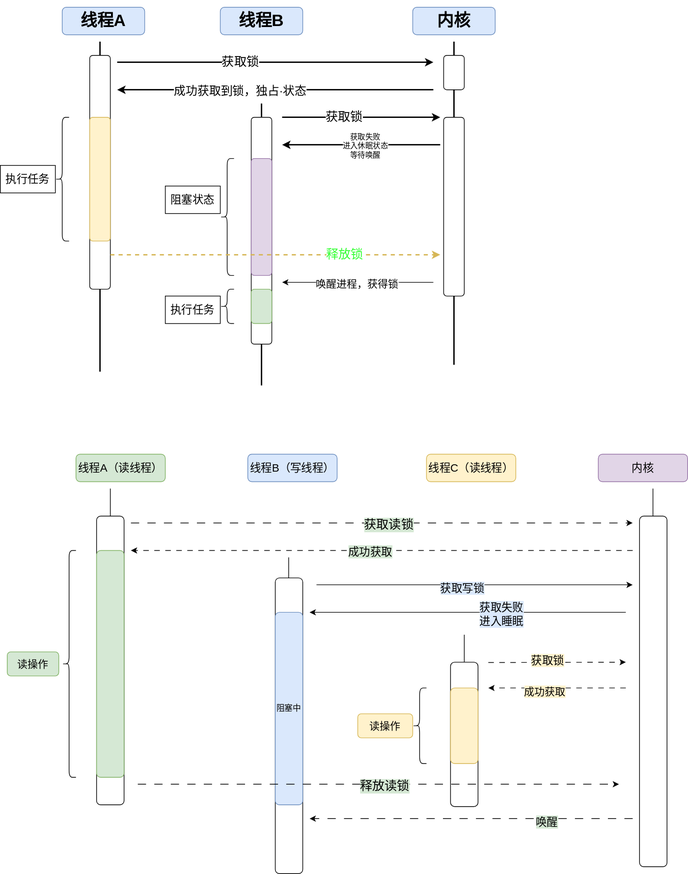
shenbeipiao/Reading-notes keeps this draw.io diagram as 互斥锁.svg. Above is the earlier version. Source tidied: cells renumbered, new cells last; positions are measured from the earlier drawing's top-left corner, leaving out a move shared by most shapes.
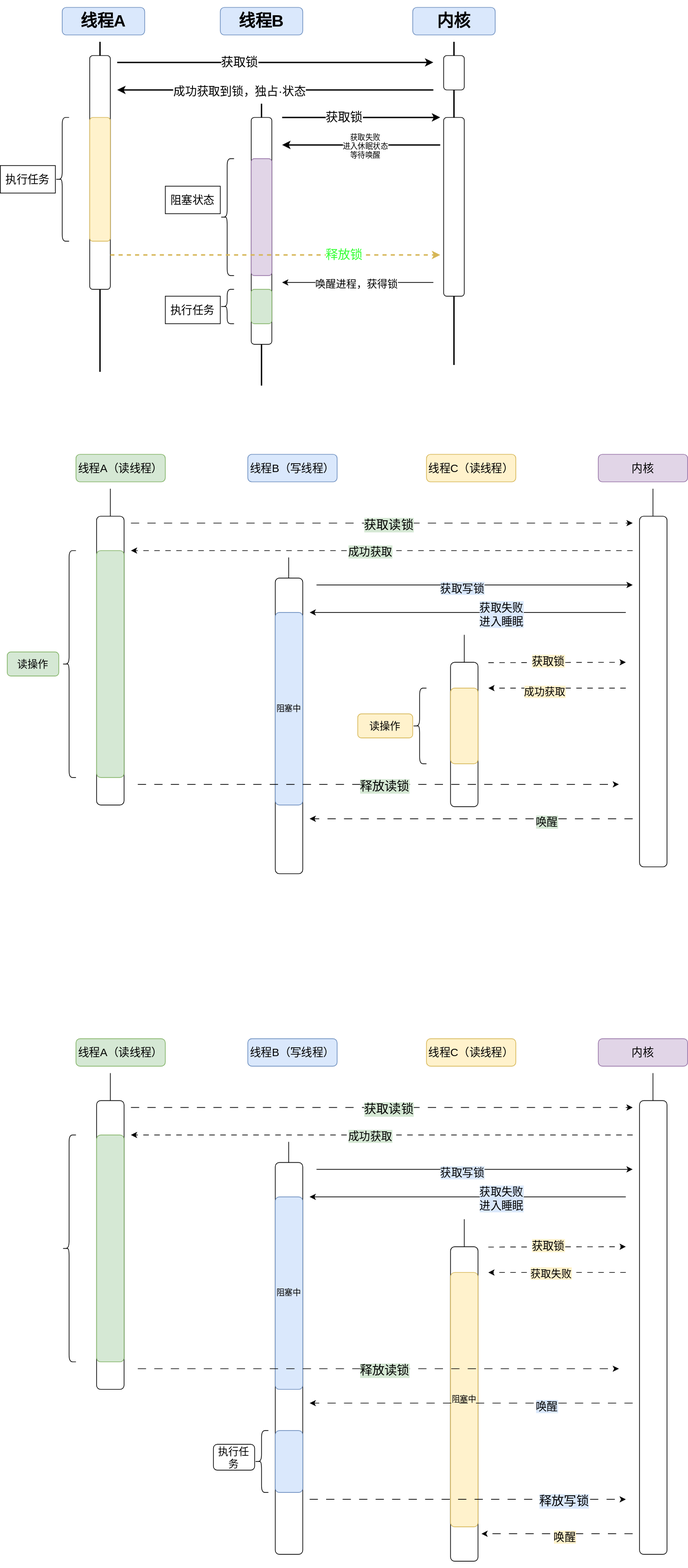
The same file after the commit.

Commit message:
更新互斥锁.svg

The edit, as a diff of the source:
```diff
@@ -276,5 +276,179 @@
     <mxCell id="73" value="&lt;font style=&quot;font-size: 16px;&quot;&gt;唤醒&lt;/font&gt;" style="edgeLabel;html=1;align=center;verticalAlign=middle;labelBackgroundColor=#d5e8d4;" parent="72" vertex="1">
       <mxGeometry x="-0.46" y="4" relative="1" as="geometry" />
     </mxCell>
+    <mxCell id="74" style="endArrow=none;html=1;rounded=0;" parent="1" edge="1">
+      <mxGeometry relative="1" as="geometry">
+        <mxPoint x="675" y="1802.5" as="sourcePoint" />
+        <mxPoint x="675" y="1762.5" as="targetPoint" />
+      </mxGeometry>
+    </mxCell>
+    <mxCell id="75" style="endArrow=none;html=1;rounded=0;" parent="1" edge="1">
+      <mxGeometry relative="1" as="geometry">
+        <mxPoint x="419.5" y="1690" as="sourcePoint" />
+        <mxPoint x="419.5" y="1650" as="targetPoint" />
+      </mxGeometry>
+    </mxCell>
+    <mxCell id="76" value="&lt;font style=&quot;font-size: 16px;&quot;&gt;线程A（读线程）&lt;/font&gt;" style="rounded=1;whiteSpace=wrap;html=1;fillColor=#d5e8d4;strokeColor=#82b366;" parent="1" vertex="1">
+      <mxGeometry x="110" y="1500" width="130" height="40" as="geometry" />
+    </mxCell>
+    <mxCell id="77" value="&lt;font style=&quot;font-size: 16px;&quot;&gt;线程B（写线程）&lt;/font&gt;" style="rounded=1;whiteSpace=wrap;html=1;fillColor=#dae8fc;strokeColor=#6c8ebf;" parent="1" vertex="1">
+      <mxGeometry x="360" y="1500" width="130" height="40" as="geometry" />
+    </mxCell>
+    <mxCell id="78" value="&lt;font style=&quot;font-size: 16px;&quot;&gt;线程C（读线程）&lt;/font&gt;" style="rounded=1;whiteSpace=wrap;html=1;fillColor=#fff2cc;strokeColor=#d6b656;" parent="1" vertex="1">
+      <mxGeometry x="620" y="1500" width="130" height="40" as="geometry" />
+    </mxCell>
+    <mxCell id="79" value="&lt;font style=&quot;font-size: 16px;&quot;&gt;内核&lt;/font&gt;" style="rounded=1;whiteSpace=wrap;html=1;fillColor=#e1d5e7;strokeColor=#9673a6;" parent="1" vertex="1">
+      <mxGeometry x="870" y="1500" width="130" height="40" as="geometry" />
+    </mxCell>
+    <mxCell id="80" style="rounded=1;whiteSpace=wrap;html=1;" parent="1" vertex="1">
+      <mxGeometry x="140" y="1590" width="40" height="420" as="geometry" />
+    </mxCell>
+    <mxCell id="81" style="endArrow=none;html=1;rounded=0;" parent="1" edge="1">
+      <mxGeometry relative="1" as="geometry">
+        <mxPoint x="160" y="1590" as="sourcePoint" />
+        <mxPoint x="160" y="1550" as="targetPoint" />
+      </mxGeometry>
+    </mxCell>
+    <mxCell id="82" style="rounded=1;whiteSpace=wrap;html=1;" parent="1" vertex="1">
+      <mxGeometry x="930" y="1590" width="40" height="660" as="geometry" />
+    </mxCell>
+    <mxCell id="83" style="endArrow=none;html=1;rounded=0;" parent="1" edge="1">
+      <mxGeometry relative="1" as="geometry">
+        <mxPoint x="949.5" y="1590" as="sourcePoint" />
+        <mxPoint x="949.5" y="1550" as="targetPoint" />
+      </mxGeometry>
+    </mxCell>
+    <mxCell id="84" style="endArrow=classic;html=1;rounded=0;dashed=1;dashPattern=12 12;" parent="1" edge="1">
+      <mxGeometry relative="1" as="geometry">
+        <mxPoint x="190" y="1600" as="sourcePoint" />
+        <mxPoint x="920" y="1600" as="targetPoint" />
+      </mxGeometry>
+    </mxCell>
+    <mxCell id="85" value="Text" style="edgeLabel;html=1;align=center;verticalAlign=middle;" parent="84" vertex="1">
+      <mxGeometry x="0.02" y="1" relative="1" as="geometry" />
+    </mxCell>
+    <mxCell id="86" value="获取读锁" style="edgeLabel;html=1;align=center;verticalAlign=middle;fontSize=18;labelBackgroundColor=#d5e8d4;" parent="84" vertex="1">
+      <mxGeometry x="0.02" y="-2" relative="1" as="geometry" />
+    </mxCell>
+    <mxCell id="87" style="endArrow=classic;html=1;rounded=0;dashed=1;dashPattern=8 8;" parent="1" edge="1">
+      <mxGeometry relative="1" as="geometry">
+        <mxPoint x="920" y="1640" as="sourcePoint" />
+        <mxPoint x="190" y="1640" as="targetPoint" />
+      </mxGeometry>
+    </mxCell>
+    <mxCell id="88" value="&lt;font style=&quot;font-size: 16px;&quot;&gt;成功获取&lt;/font&gt;" style="edgeLabel;html=1;align=center;verticalAlign=middle;labelBackgroundColor=#d5e8d4;" parent="87" vertex="1">
+      <mxGeometry x="0.05" y="1" relative="1" as="geometry" />
+    </mxCell>
+    <mxCell id="89" style="rounded=1;whiteSpace=wrap;html=1;" parent="1" vertex="1">
+      <mxGeometry x="400" y="1680" width="40" height="570" as="geometry" />
+    </mxCell>
+    <mxCell id="90" style="endArrow=classic;html=1;rounded=0;" parent="1" edge="1">
+      <mxGeometry relative="1" as="geometry">
+        <mxPoint x="460" y="1690" as="sourcePoint" />
+        <mxPoint x="920" y="1690" as="targetPoint" />
+      </mxGeometry>
+    </mxCell>
+    <mxCell id="91" value="&lt;font style=&quot;font-size: 16px;&quot;&gt;获取写锁&lt;/font&gt;" style="edgeLabel;html=1;align=center;verticalAlign=middle;labelBackgroundColor=#dae8fc;" parent="90" vertex="1">
+      <mxGeometry x="-0.08" y="-4" relative="1" as="geometry" />
+    </mxCell>
+    <mxCell id="92" style="endArrow=classic;html=1;rounded=0;" parent="1" edge="1">
+      <mxGeometry relative="1" as="geometry">
+        <mxPoint x="910" y="1730" as="sourcePoint" />
+        <mxPoint x="450" y="1730" as="targetPoint" />
+      </mxGeometry>
+    </mxCell>
+    <mxCell id="93" value="&lt;font style=&quot;font-size: 16px;&quot;&gt;获取失败&lt;br&gt;进入睡眠&lt;br&gt;&lt;/font&gt;" style="edgeLabel;html=1;align=center;verticalAlign=middle;labelBackgroundColor=#dae8fc;" parent="92" vertex="1">
+      <mxGeometry x="-0.21" y="2" relative="1" as="geometry" />
+    </mxCell>
+    <mxCell id="94" value="阻塞中" style="rounded=1;whiteSpace=wrap;html=1;fillColor=#dae8fc;strokeColor=#6c8ebf;" parent="1" vertex="1">
+      <mxGeometry x="400" y="1730" width="40" height="280" as="geometry" />
+    </mxCell>
+    <mxCell id="95" style="rounded=1;whiteSpace=wrap;html=1;" parent="1" vertex="1">
+      <mxGeometry x="655" y="1802.5" width="40" height="457.5" as="geometry" />
+    </mxCell>
+    <mxCell id="96" style="endArrow=classic;html=1;rounded=0;dashed=1;dashPattern=8 8;" parent="1" edge="1">
+      <mxGeometry relative="1" as="geometry">
+        <mxPoint x="710" y="1803" as="sourcePoint" />
+        <mxPoint x="910" y="1802.5" as="targetPoint" />
+      </mxGeometry>
+    </mxCell>
+    <mxCell id="97" value="&lt;font style=&quot;font-size: 16px;&quot;&gt;获取锁&lt;/font&gt;" style="edgeLabel;html=1;align=center;verticalAlign=middle;labelBackgroundColor=#fff2cc;" parent="96" vertex="1">
+      <mxGeometry x="-0.14" y="3" relative="1" as="geometry" />
+    </mxCell>
+    <mxCell id="98" style="endArrow=classic;html=1;rounded=0;dashed=1;dashPattern=8 8;" parent="1" edge="1">
+      <mxGeometry relative="1" as="geometry">
+        <mxPoint x="910" y="1840" as="sourcePoint" />
+        <mxPoint x="710" y="1840" as="targetPoint" />
+      </mxGeometry>
+    </mxCell>
+    <mxCell id="99" value="&lt;span style=&quot;font-size: 15px;&quot;&gt;获取失败&lt;/span&gt;" style="edgeLabel;html=1;align=center;verticalAlign=middle;labelBackgroundColor=#fff2cc;" parent="98" vertex="1">
+      <mxGeometry x="0.19" y="4" relative="1" as="geometry">
+        <mxPoint x="9" y="-4" as="offset" />
+      </mxGeometry>
+    </mxCell>
+    <mxCell id="100" value="阻塞中" style="rounded=1;whiteSpace=wrap;html=1;fillColor=#fff2cc;strokeColor=#d6b656;" parent="1" vertex="1">
+      <mxGeometry x="655" y="1840" width="40" height="370" as="geometry" />
+    </mxCell>
+    <mxCell id="101" style="rounded=1;whiteSpace=wrap;html=1;fillColor=#d5e8d4;strokeColor=#82b366;" parent="1" vertex="1">
+      <mxGeometry x="140" y="1640" width="40" height="330" as="geometry" />
+    </mxCell>
+    <mxCell id="102" style="shape=curlyBracket;whiteSpace=wrap;html=1;rounded=1;labelPosition=left;verticalLabelPosition=middle;align=right;verticalAlign=middle;" parent="1" vertex="1">
+      <mxGeometry x="90" y="1640" width="20" height="330" as="geometry" />
+    </mxCell>
+    <mxCell id="103" style="endArrow=classic;html=1;rounded=0;dashed=1;dashPattern=12 12;" parent="1" edge="1">
+      <mxGeometry relative="1" as="geometry">
+        <mxPoint x="200" y="1980" as="sourcePoint" />
+        <mxPoint x="900" y="1980" as="targetPoint" />
+      </mxGeometry>
+    </mxCell>
+    <mxCell id="104" value="Text" style="edgeLabel;html=1;align=center;verticalAlign=middle;" parent="103" vertex="1">
+      <mxGeometry x="0.02" y="1" relative="1" as="geometry" />
+    </mxCell>
+    <mxCell id="105" value="释放读锁" style="edgeLabel;html=1;align=center;verticalAlign=middle;fontSize=18;labelBackgroundColor=#d5e8d4;" parent="103" vertex="1">
+      <mxGeometry x="0.02" y="-2" relative="1" as="geometry" />
+    </mxCell>
+    <mxCell id="106" style="endArrow=classic;html=1;rounded=0;dashed=1;dashPattern=12 12;" parent="1" edge="1">
+      <mxGeometry relative="1" as="geometry">
+        <mxPoint x="920" y="2030" as="sourcePoint" />
+        <mxPoint x="450" y="2030" as="targetPoint" />
+      </mxGeometry>
+    </mxCell>
+    <mxCell id="107" value="&lt;font style=&quot;font-size: 16px;&quot;&gt;唤醒&lt;/font&gt;" style="edgeLabel;html=1;align=center;verticalAlign=middle;labelBackgroundColor=#dae8fc;" parent="106" vertex="1">
+      <mxGeometry x="-0.46" y="4" relative="1" as="geometry" />
+    </mxCell>
+    <mxCell id="108" style="rounded=1;whiteSpace=wrap;html=1;fillColor=#dae8fc;strokeColor=#6c8ebf;" parent="1" vertex="1">
+      <mxGeometry x="400" y="2070" width="40" height="90" as="geometry" />
+    </mxCell>
+    <mxCell id="109" style="shape=curlyBracket;whiteSpace=wrap;html=1;rounded=1;labelPosition=left;verticalLabelPosition=middle;align=right;verticalAlign=middle;" parent="1" vertex="1">
+      <mxGeometry x="370" y="2070" width="20" height="90" as="geometry" />
+    </mxCell>
+    <mxCell id="110" value="&lt;font style=&quot;font-size: 15px;&quot;&gt;执行任务&lt;/font&gt;" style="rounded=1;whiteSpace=wrap;html=1;" parent="1" vertex="1">
+      <mxGeometry x="310" y="2090" width="60" height="37.5" as="geometry" />
+    </mxCell>
+    <mxCell id="111" style="endArrow=classic;html=1;rounded=0;dashed=1;dashPattern=12 12;" parent="1" edge="1">
+      <mxGeometry relative="1" as="geometry">
+        <mxPoint x="450" y="2170" as="sourcePoint" />
+        <mxPoint x="910" y="2170" as="targetPoint" />
+      </mxGeometry>
+    </mxCell>
+    <mxCell id="112" value="释放写锁" style="edgeLabel;html=1;align=center;verticalAlign=middle;fontSize=18;labelBackgroundColor=#dae8fc;" parent="111" vertex="1">
+      <mxGeometry x="0.02" y="-2" relative="1" as="geometry">
+        <mxPoint x="134" as="offset" />
+      </mxGeometry>
+    </mxCell>
+    <mxCell id="113" style="endArrow=classic;html=1;rounded=0;dashed=1;dashPattern=12 12;" parent="1" edge="1">
+      <mxGeometry relative="1" as="geometry">
+        <mxPoint x="920" y="2220" as="sourcePoint" />
+        <mxPoint x="700" y="2220" as="targetPoint" />
+      </mxGeometry>
+    </mxCell>
+    <mxCell id="114" value="&lt;font style=&quot;font-size: 16px;&quot;&gt;唤醒&lt;/font&gt;" style="edgeLabel;html=1;align=center;verticalAlign=middle;labelBackgroundColor=#fff2cc;" parent="113" vertex="1">
+      <mxGeometry x="-0.46" y="4" relative="1" as="geometry">
+        <mxPoint x="-41" as="offset" />
+      </mxGeometry>
+    </mxCell>
+    <mxCell id="115" style="edgeStyle=orthogonalEdgeStyle;rounded=0;orthogonalLoop=1;jettySize=auto;html=1;exitX=0.5;exitY=1;exitDx=0;exitDy=0;" parent="1" edge="1" source="95" target="95">
+      <mxGeometry relative="1" as="geometry" />
+    </mxCell>
   </root>
 </mxGraphModel>
```
